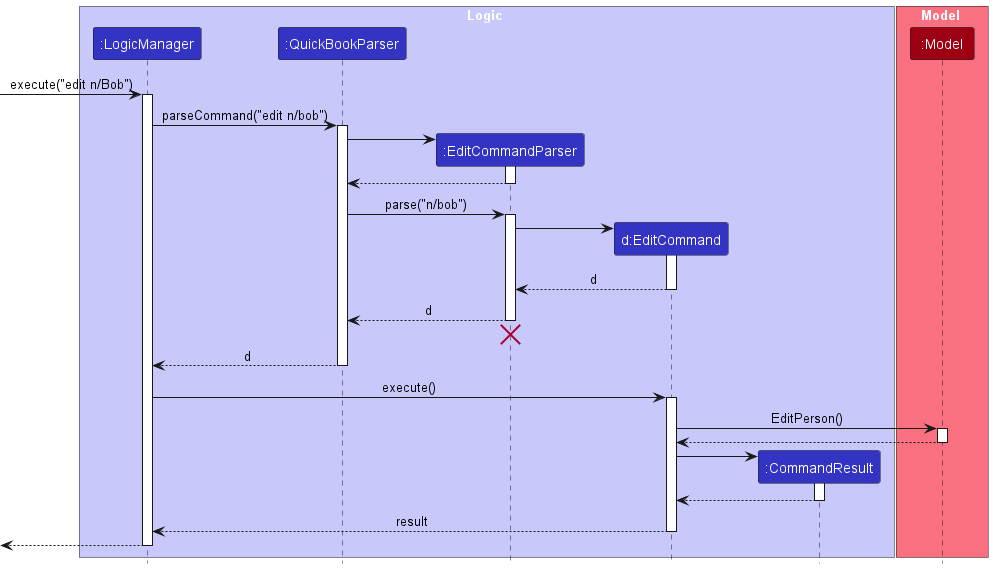
This is docs/images/EditSequenceDiagram.png from nus-cs2103-AY2223S2/tp, a PlantUML export, as it was before one commit. Its source is kept beside it as docs/diagrams/EditSequenceDiagram.puml.
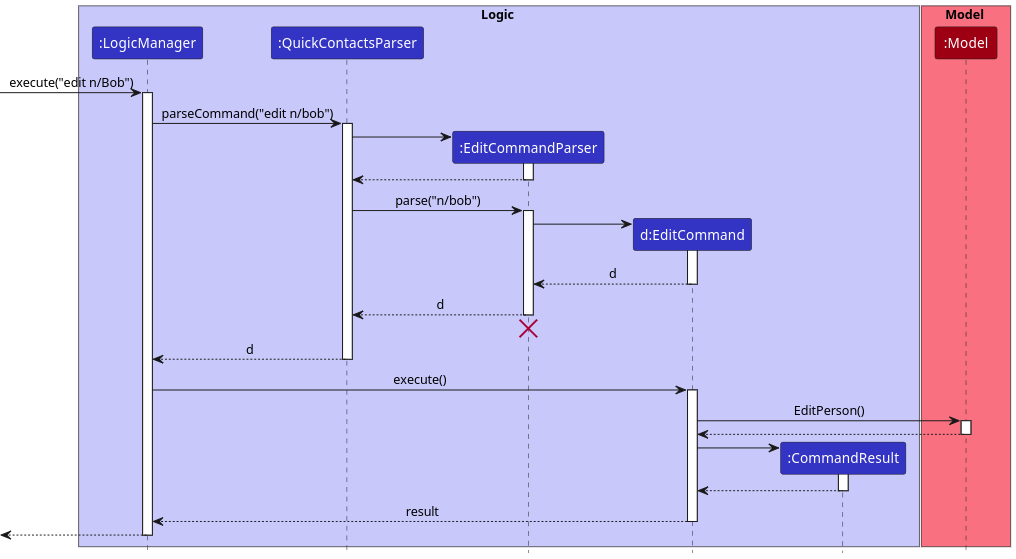
The same diagram one commit later.

Diff of the diagram source:
```diff
@@ -3,7 +3,7 @@
 
 box Logic LOGIC_COLOR_T1
 participant ":LogicManager" as LogicManager LOGIC_COLOR
-participant ":QuickBookParser" as QuickBookParser LOGIC_COLOR
+participant ":QuickContactsParser" as QuickContactsParser LOGIC_COLOR
 participant ":EditCommandParser" as EditCommandParser LOGIC_COLOR
 participant "d:EditCommand" as EditCommand LOGIC_COLOR
 participant ":CommandResult" as CommandResult LOGIC_COLOR
@@ -16,17 +16,17 @@
 [-> LogicManager : execute("edit n/Bob")
 activate LogicManager
 
-LogicManager -> QuickBookParser : parseCommand("edit n/bob")
-activate QuickBookParser
+LogicManager -> QuickContactsParser : parseCommand("edit n/bob")
+activate QuickContactsParser
 
 create EditCommandParser
-QuickBookParser -> EditCommandParser
+QuickContactsParser -> EditCommandParser
 activate EditCommandParser
 
-EditCommandParser --> QuickBookParser
+EditCommandParser --> QuickContactsParser
 deactivate EditCommandParser
 
-QuickBookParser -> EditCommandParser : parse("n/bob")
+QuickContactsParser -> EditCommandParser : parse("n/bob")
 activate EditCommandParser
 
 create EditCommand
@@ -36,13 +36,13 @@
 EditCommand --> EditCommandParser : d
 deactivate EditCommand
 
-EditCommandParser --> QuickBookParser : d
+EditCommandParser --> QuickContactsParser : d
 deactivate EditCommandParser
-EditCommandParser -[hidden]-> QuickBookParser
+EditCommandParser -[hidden]-> QuickContactsParser
 destroy EditCommandParser
 
-QuickBookParser --> LogicManager : d
-deactivate QuickBookParser
+QuickContactsParser --> LogicManager : d
+deactivate QuickContactsParser
 
 LogicManager -> EditCommand : execute()
 activate EditCommand
```
